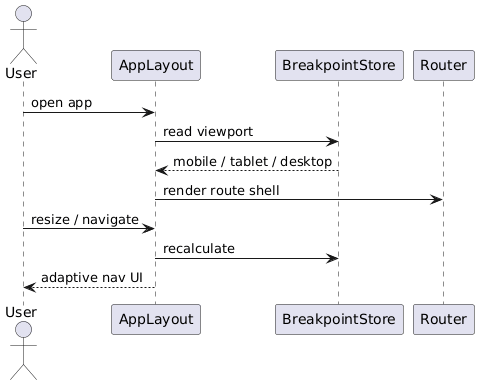
Earlier version of the PlantUML export docs/detailed-designs/diagrams/rendered/fe_seq_responsive_nav.png (QuinntyneBrown/LendQ).
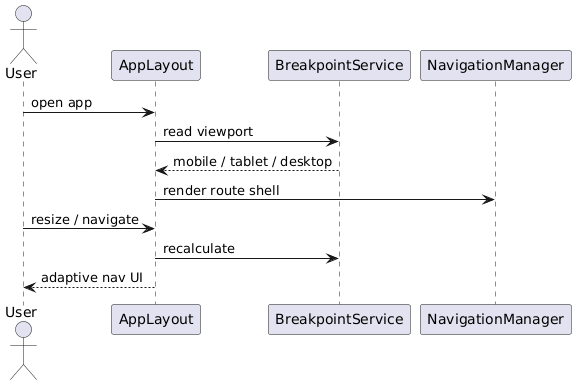
After the change.

Diff of the diagram source:
```diff
@@ -1,14 +1,14 @@
 @startuml
 actor User
 participant AppLayout
-participant BreakpointStore
-participant Router
+participant BreakpointService
+participant NavigationManager
 
 User -> AppLayout : open app
-AppLayout -> BreakpointStore : read viewport
-BreakpointStore --> AppLayout : mobile / tablet / desktop
-AppLayout -> Router : render route shell
+AppLayout -> BreakpointService : read viewport
+BreakpointService --> AppLayout : mobile / tablet / desktop
+AppLayout -> NavigationManager : render route shell
 User -> AppLayout : resize / navigate
-AppLayout -> BreakpointStore : recalculate
+AppLayout -> BreakpointService : recalculate
 AppLayout --> User : adaptive nav UI
 @enduml
```
